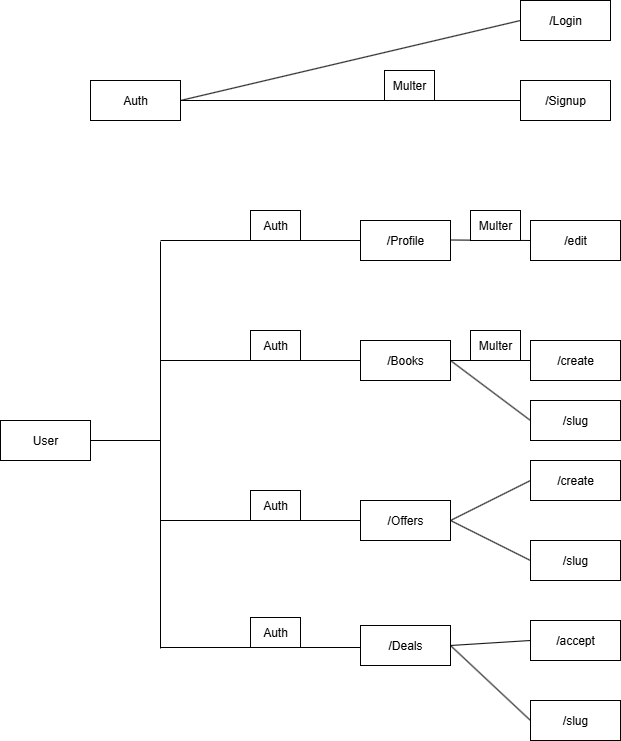
This is Designs/Endpoints/Untitled Diagram.drawio.png from MUHAMMADFARHAN1/Buchtausch, a draw.io export, as it was before one commit. Source tidied: cells renumbered, new cells last; positions are measured from the earlier drawing's top-left corner, leaving out a move shared by most shapes.
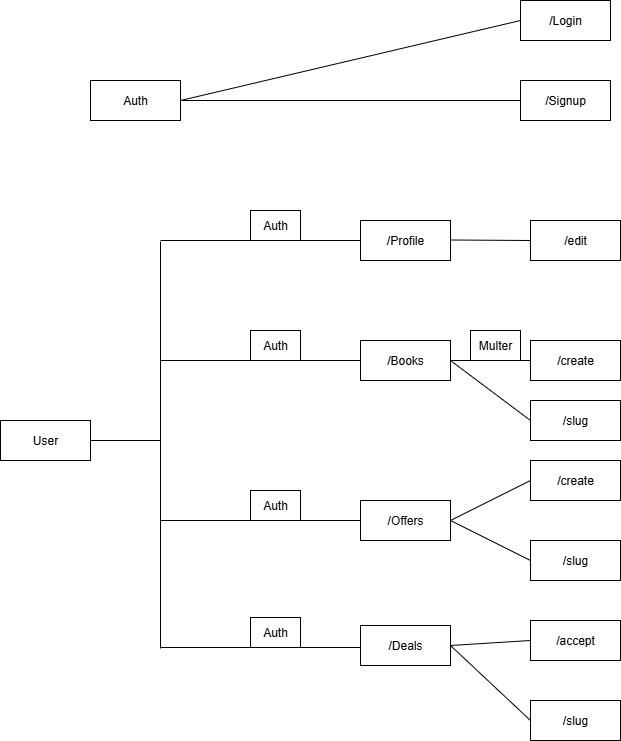
The same diagram one commit later.

Change to the diagram source:
```diff
@@ -123,14 +123,8 @@
     <mxCell id="35" value="Auth" style="rounded=0;whiteSpace=wrap;html=1;" parent="1" vertex="1">
       <mxGeometry x="250" y="617" width="50" height="30" as="geometry" />
     </mxCell>
-    <mxCell id="36" value="Multer" style="rounded=0;whiteSpace=wrap;html=1;" parent="1" vertex="1">
-      <mxGeometry x="384" y="70" width="50" height="30" as="geometry" />
-    </mxCell>
     <mxCell id="37" value="Multer" style="rounded=0;whiteSpace=wrap;html=1;" parent="1" vertex="1">
       <mxGeometry x="470" y="330" width="50" height="30" as="geometry" />
     </mxCell>
-    <mxCell id="38" value="Multer" style="rounded=0;whiteSpace=wrap;html=1;" parent="1" vertex="1">
-      <mxGeometry x="470" y="210" width="50" height="30" as="geometry" />
-    </mxCell>
   </root>
 </mxGraphModel>
```
